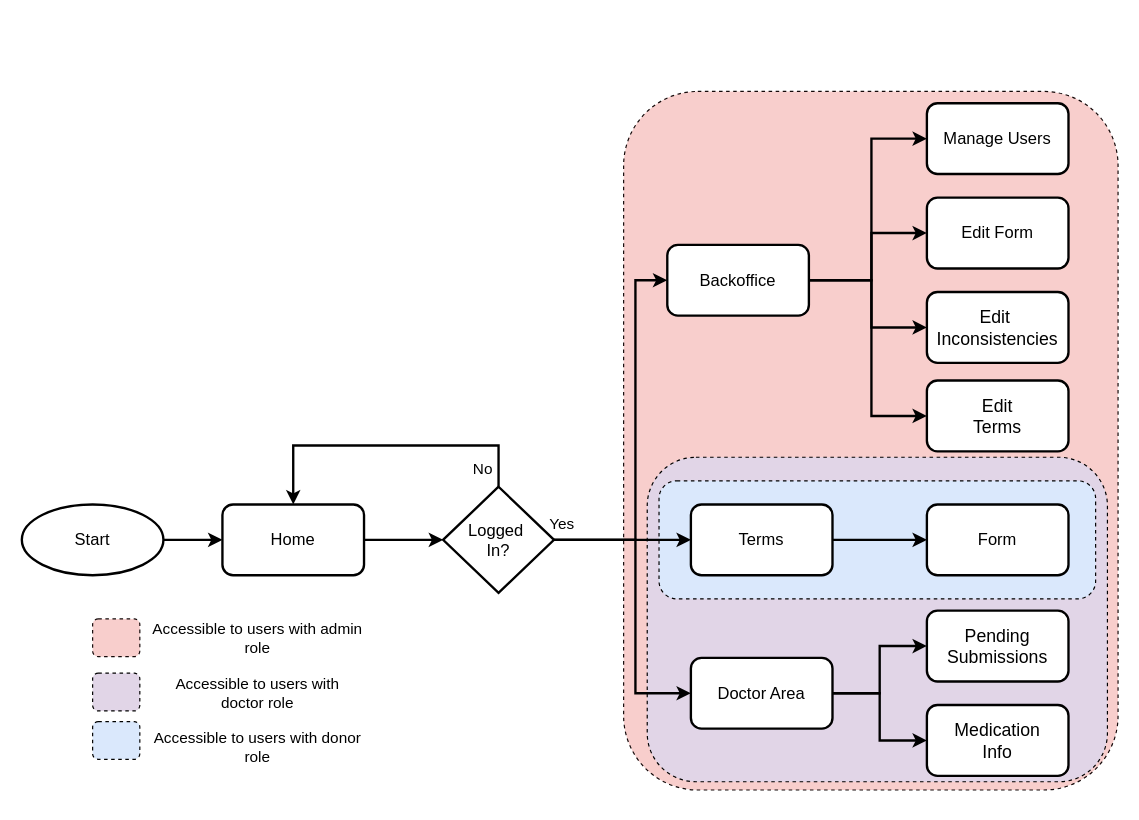
This is docs/report/figures/userNavigation.drawio from dadiva-team/dadiva-ipo, a draw.io file, before an edit. Source tidied: cells renumbered, new cells numbered last; positions are measured from the earlier drawing's top-left corner, leaving out a move shared by most shapes. Both pictures are drawn from the tidied source at 118%, with x=0, y=0 at pixel (21, 91).
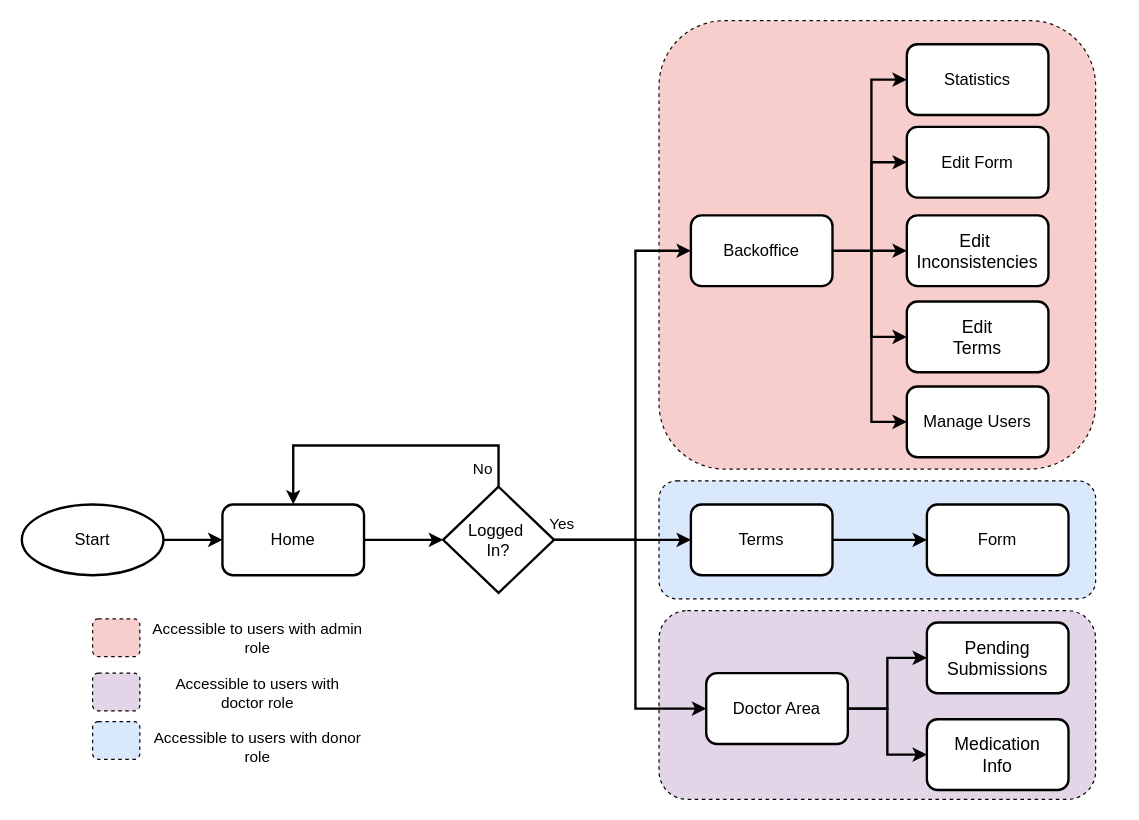
The same diagram, later.

The change refers to these unchanged cells:
```xml
<mxCell id="13" value="&lt;font style=&quot;font-size: 14px;&quot;&gt;Logged&amp;nbsp;&lt;/font&gt;&lt;div style=&quot;font-size: 14px;&quot;&gt;&lt;font style=&quot;font-size: 14px;&quot;&gt;In?&lt;/font&gt;&lt;/div&gt;" style="rhombus;whiteSpace=wrap;html=1;strokeWidth=2;" parent="1" vertex="1">
  <mxGeometry x="357" y="335" width="94" height="90" as="geometry" />
</mxCell>
```

Change to the diagram source:
```diff
@@
     <mxCell id="2" style="rounded=1;whiteSpace=wrap;html=1;fillColor=#f8cecc;strokeColor=#140909;dashed=1;" parent="1" vertex="1">
-      <mxGeometry x="510" width="419" height="592" as="geometry" />
+      <mxGeometry x="540" y="-60" width="370" height="380" as="geometry" />
     </mxCell>
     <mxCell id="3" style="rounded=1;whiteSpace=wrap;html=1;fillColor=#e1d5e7;strokeColor=#000000;dashed=1;" parent="1" vertex="1">
-      <mxGeometry x="530" y="310" width="390" height="275" as="geometry" />
+      <mxGeometry x="540" y="440" width="370" height="160" as="geometry" />
     </mxCell>
@@
     <mxCell id="11" style="edgeStyle=orthogonalEdgeStyle;rounded=0;jettySize=auto;html=1;exitX=1;exitY=0.5;exitDx=0;exitDy=0;entryX=0;entryY=0.5;entryDx=0;entryDy=0;strokeWidth=2;" parent="1" edge="1" source="13" target="17">
       <mxGeometry relative="1" as="geometry">
         <Array as="points">
           <mxPoint x="520" y="380" />
-          <mxPoint x="520" y="160" />
+          <mxPoint x="520" y="135" />
         </Array>
       </mxGeometry>
     </mxCell>
     <mxCell id="12" style="edgeStyle=orthogonalEdgeStyle;rounded=0;jettySize=auto;html=1;exitX=1;exitY=0.5;exitDx=0;exitDy=0;entryX=0;entryY=0.5;entryDx=0;entryDy=0;strokeWidth=2;" parent="1" edge="1" source="13" target="20">
       <mxGeometry relative="1" as="geometry">
         <Array as="points">
           <mxPoint x="520" y="380" />
-          <mxPoint x="520" y="510" />
+          <mxPoint x="520" y="523" />
         </Array>
       </mxGeometry>
     </mxCell>
@@
-    <mxCell id="16" style="edgeStyle=orthogonalEdgeStyle;rounded=0;jettySize=auto;html=1;exitX=1;exitY=0.5;exitDx=0;exitDy=0;entryX=0;entryY=0.5;entryDx=0;entryDy=0;strokeWidth=2;" parent="1" edge="1" source="17" target="21">
-      <mxGeometry relative="1" as="geometry">
-        <Array as="points">
-          <mxPoint x="720" y="160" />
-          <mxPoint x="720" y="120" />
-        </Array>
-      </mxGeometry>
-    </mxCell>
+    <mxCell id="38" style="edgeStyle=orthogonalEdgeStyle;rounded=0;jettySize=auto;html=1;exitX=1;exitY=0.5;exitDx=0;exitDy=0;entryX=0;entryY=0.5;entryDx=0;entryDy=0;strokeWidth=2;" parent="1" edge="1" source="17" target="22">
+      <mxGeometry relative="1" as="geometry" />
+    </mxCell>
     <mxCell id="17" value="&lt;font style=&quot;font-size: 14px;&quot;&gt;Backoffice&lt;/font&gt;" style="rounded=1;whiteSpace=wrap;html=1;strokeWidth=2;" parent="1" vertex="1">
-      <mxGeometry x="547" y="130" width="120" height="60" as="geometry" />
+      <mxGeometry x="567" y="105" width="120" height="60" as="geometry" />
     </mxCell>
@@
     <mxCell id="20" value="&lt;font style=&quot;font-size: 14px;&quot;&gt;Doctor Area&lt;/font&gt;" style="rounded=1;whiteSpace=wrap;html=1;strokeWidth=2;" parent="1" vertex="1">
-      <mxGeometry x="567" y="480" width="120" height="60" as="geometry" />
+      <mxGeometry x="580" y="493" width="120" height="60" as="geometry" />
     </mxCell>
     <mxCell id="21" value="&lt;font style=&quot;font-size: 14px;&quot;&gt;Edit Form&lt;/font&gt;" style="rounded=1;whiteSpace=wrap;html=1;strokeWidth=2;" parent="1" vertex="1">
-      <mxGeometry x="767" y="90" width="120" height="60" as="geometry" />
+      <mxGeometry x="750" y="30" width="120" height="60" as="geometry" />
     </mxCell>
     <mxCell id="22" value="&lt;font style=&quot;font-size: 15px;&quot;&gt;Edit&amp;nbsp;&lt;/font&gt;&lt;div style=&quot;font-size: 15px;&quot;&gt;&lt;font style=&quot;font-size: 15px;&quot;&gt;Inconsistencies&lt;/font&gt;&lt;/div&gt;" style="rounded=1;whiteSpace=wrap;html=1;strokeWidth=2;" parent="1" vertex="1">
-      <mxGeometry x="767" y="170" width="120" height="60" as="geometry" />
+      <mxGeometry x="750" y="105" width="120" height="60" as="geometry" />
     </mxCell>
     <mxCell id="23" value="&lt;font style=&quot;font-size: 14px;&quot;&gt;Manage Users&lt;/font&gt;" style="rounded=1;whiteSpace=wrap;html=1;strokeWidth=2;" parent="1" vertex="1">
-      <mxGeometry x="767" y="10" width="120" height="60" as="geometry" />
+      <mxGeometry x="750" y="250" width="120" height="60" as="geometry" />
     </mxCell>
-    <mxCell id="24" style="endArrow=classic;startArrow=classic;html=1;rounded=0;edgeStyle=orthogonalEdgeStyle;entryX=0;entryY=0.5;entryDx=0;entryDy=0;exitX=0;exitY=0.5;exitDx=0;exitDy=0;strokeWidth=2;" parent="1" edge="1" source="22" target="23">
-      <mxGeometry relative="1" as="geometry">
-        <Array as="points">
-          <mxPoint x="720" y="200" />
-          <mxPoint x="720" y="40" />
-        </Array>
-      </mxGeometry>
-    </mxCell>
@@
     <mxCell id="26" value="&lt;span style=&quot;font-size: 15px;&quot;&gt;Edit&lt;/span&gt;&lt;div&gt;&lt;span style=&quot;font-size: 15px;&quot;&gt;Terms&lt;/span&gt;&lt;/div&gt;" style="rounded=1;whiteSpace=wrap;html=1;strokeWidth=2;" parent="1" vertex="1">
-      <mxGeometry x="767" y="245" width="120" height="60" as="geometry" />
+      <mxGeometry x="750" y="178" width="120" height="60" as="geometry" />
     </mxCell>
-    <mxCell id="27" style="endArrow=classic;html=1;rounded=0;strokeWidth=2;entryX=0;entryY=0.5;entryDx=0;entryDy=0;exitX=1;exitY=0.5;exitDx=0;exitDy=0;edgeStyle=orthogonalEdgeStyle;" parent="1" edge="1" source="17" target="26">
-      <mxGeometry relative="1" as="geometry">
-        <Array as="points">
-          <mxPoint x="720" y="160" />
-          <mxPoint x="720" y="275" />
-        </Array>
-      </mxGeometry>
-    </mxCell>
     <mxCell id="28" value="&lt;span style=&quot;font-size: 15px;&quot;&gt;Pending&lt;/span&gt;&lt;div&gt;&lt;span style=&quot;font-size: 15px;&quot;&gt;Submissions&lt;/span&gt;&lt;/div&gt;" style="rounded=1;whiteSpace=wrap;html=1;strokeWidth=2;" parent="1" vertex="1">
-      <mxGeometry x="767" y="440" width="120" height="60" as="geometry" />
+      <mxGeometry x="767" y="450" width="120" height="60" as="geometry" />
     </mxCell>
     <mxCell id="29" value="&lt;span style=&quot;font-size: 15px;&quot;&gt;Medication&lt;/span&gt;&lt;div&gt;&lt;span style=&quot;font-size: 15px;&quot;&gt;Info&lt;/span&gt;&lt;/div&gt;" style="rounded=1;whiteSpace=wrap;html=1;strokeWidth=2;" parent="1" vertex="1">
-      <mxGeometry x="767" y="520" width="120" height="60" as="geometry" />
+      <mxGeometry x="767" y="532" width="120" height="60" as="geometry" />
     </mxCell>
@@
+    <mxCell id="39" value="&lt;font style=&quot;font-size: 14px;&quot;&gt;Statistics&lt;/font&gt;" style="rounded=1;whiteSpace=wrap;html=1;strokeWidth=2;" parent="1" vertex="1">
+      <mxGeometry x="750" y="-40" width="120" height="60" as="geometry" />
+    </mxCell>
+    <mxCell id="40" style="endArrow=classic;startArrow=classic;html=1;rounded=0;strokeWidth=2;entryX=0;entryY=0.5;entryDx=0;entryDy=0;edgeStyle=orthogonalEdgeStyle;exitX=0;exitY=0.5;exitDx=0;exitDy=0;" parent="1" edge="1" source="23" target="39">
+      <mxGeometry relative="1" as="geometry">
+        <Array as="points">
+          <mxPoint x="720" y="280" />
+          <mxPoint x="720" y="-10" />
+        </Array>
+      </mxGeometry>
+    </mxCell>
+    <mxCell id="41" style="endArrow=classic;startArrow=classic;html=1;rounded=0;strokeWidth=2;entryX=0;entryY=0.5;entryDx=0;entryDy=0;edgeStyle=orthogonalEdgeStyle;exitX=0;exitY=0.5;exitDx=0;exitDy=0;" parent="1" edge="1" source="26" target="21">
+      <mxGeometry relative="1" as="geometry">
+        <Array as="points">
+          <mxPoint x="720" y="208" />
+          <mxPoint x="720" y="60" />
+        </Array>
+      </mxGeometry>
+    </mxCell>
```
